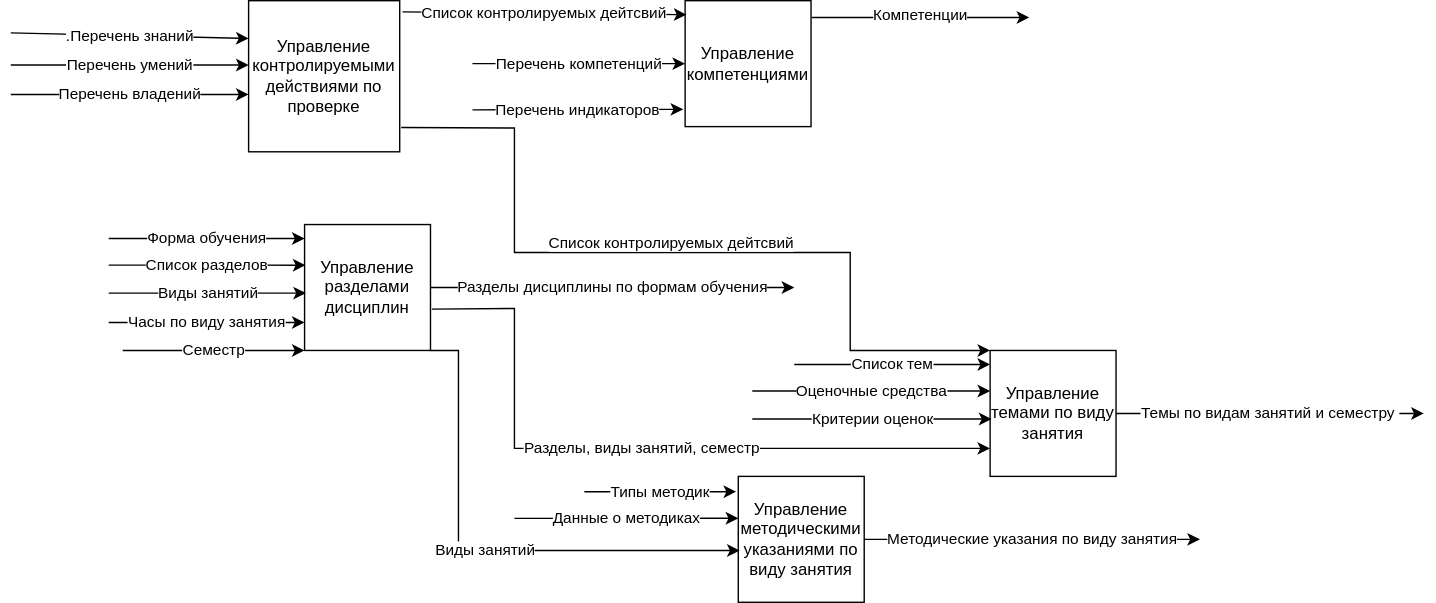
Above: 20.35.drawio.svg in abizgildina/Un20.35 (draw.io), before the change. Source tidied: cells renumbered, new cells last; positions are measured from the earlier drawing's top-left corner, leaving out a move shared by most shapes. Source of this version:
```xml
<mxGraphModel>
  <root>
    <mxCell id="0" />
    <mxCell id="1" parent="0" />
    <mxCell id="2" value="Управление компетенциями" style="whiteSpace=wrap;html=1;" parent="1" vertex="1">
      <mxGeometry x="482" width="90" height="90" as="geometry" />
    </mxCell>
    <mxCell id="3" value="Перечень компетенций" style="endArrow=classic;html=1;rounded=0;entryX=0;entryY=0.5;entryDx=0;entryDy=0;" parent="1" edge="1" target="2">
      <mxGeometry relative="1" as="geometry">
        <mxPoint x="330" y="45" as="sourcePoint" />
      </mxGeometry>
    </mxCell>
    <mxCell id="4" value="Перечень индикаторов" style="endArrow=classic;html=1;rounded=0;entryX=-0.015;entryY=0.863;entryDx=0;entryDy=0;entryPerimeter=0;" parent="1" edge="1" target="2">
      <mxGeometry relative="1" as="geometry">
        <mxPoint x="330" y="78" as="sourcePoint" />
      </mxGeometry>
    </mxCell>
    <mxCell id="5" value="Список контролируемых дейтсвий" style="endArrow=classic;html=1;rounded=0;entryX=0.011;entryY=0.111;entryDx=0;entryDy=0;exitX=1.019;exitY=0.074;exitDx=0;exitDy=0;exitPerimeter=0;entryPerimeter=0;" parent="1" edge="1" source="6" target="2">
      <mxGeometry relative="1" as="geometry" />
    </mxCell>
    <mxCell id="6" value="Управление контролируемыми действиями по проверке" style="whiteSpace=wrap;html=1;" parent="1" vertex="1">
      <mxGeometry x="170" width="108" height="108" as="geometry" />
    </mxCell>
    <mxCell id="7" value=".Перечень знаний" style="endArrow=classic;html=1;rounded=0;entryX=0;entryY=0.25;entryDx=0;entryDy=0;" parent="1" edge="1" target="6">
      <mxGeometry relative="1" as="geometry">
        <mxPoint y="23" as="sourcePoint" />
      </mxGeometry>
    </mxCell>
    <mxCell id="8" value="Перечень умений" style="endArrow=classic;html=1;rounded=0;entryX=0;entryY=0.25;entryDx=0;entryDy=0;" parent="1" edge="1">
      <mxGeometry relative="1" as="geometry">
        <mxPoint y="46" as="sourcePoint" />
        <mxPoint x="170" y="46" as="targetPoint" />
      </mxGeometry>
    </mxCell>
    <mxCell id="9" value="Перечень владений" style="endArrow=classic;html=1;rounded=0;" parent="1" edge="1">
      <mxGeometry relative="1" as="geometry">
        <mxPoint y="67" as="sourcePoint" />
        <mxPoint x="170" y="67" as="targetPoint" />
      </mxGeometry>
    </mxCell>
    <mxCell id="10" value="Компетенции" style="endArrow=classic;html=1;rounded=0;exitX=1.006;exitY=0.134;exitDx=0;exitDy=0;exitPerimeter=0;" parent="1" edge="1" source="2">
      <mxGeometry y="2" relative="1" as="geometry">
        <mxPoint x="728" y="12" as="targetPoint" />
      </mxGeometry>
    </mxCell>
    <mxCell id="11" value="Управление разделами дисциплин" style="whiteSpace=wrap;html=1;" parent="1" vertex="1">
      <mxGeometry x="210" y="160" width="90" height="90" as="geometry" />
    </mxCell>
    <mxCell id="12" value="Список разделов" style="endArrow=classic;html=1;rounded=0;entryX=-0.004;entryY=0.163;entryDx=0;entryDy=0;entryPerimeter=0;" parent="1" edge="1">
      <mxGeometry relative="1" as="geometry">
        <mxPoint x="70" y="189" as="sourcePoint" />
        <mxPoint x="210.7" y="189" as="targetPoint" />
      </mxGeometry>
    </mxCell>
    <mxCell id="13" value="Виды занятий" style="endArrow=classic;html=1;rounded=0;entryX=0;entryY=0.5;entryDx=0;entryDy=0;" parent="1" edge="1">
      <mxGeometry relative="1" as="geometry">
        <mxPoint x="70" y="209" as="sourcePoint" />
        <mxPoint x="211" y="209" as="targetPoint" />
      </mxGeometry>
    </mxCell>
    <mxCell id="14" value="Форма обучения" style="endArrow=classic;html=1;rounded=0;entryX=0;entryY=0;entryDx=0;entryDy=0;" parent="1" edge="1">
      <mxGeometry relative="1" as="geometry">
        <mxPoint x="70" y="170" as="sourcePoint" />
        <mxPoint x="210" y="170" as="targetPoint" />
      </mxGeometry>
    </mxCell>
    <mxCell id="15" value="Часы по виду занятия" style="endArrow=classic;html=1;rounded=0;" parent="1" edge="1">
      <mxGeometry relative="1" as="geometry">
        <mxPoint x="70" y="230" as="sourcePoint" />
        <mxPoint x="210" y="230" as="targetPoint" />
        <Array as="points">
          <mxPoint x="130" y="230" />
        </Array>
      </mxGeometry>
    </mxCell>
    <mxCell id="16" value="Разделы дисциплины по формам обучения" style="endArrow=classic;html=1;rounded=0;exitX=1;exitY=0.5;exitDx=0;exitDy=0;" parent="1" edge="1" source="11">
      <mxGeometry relative="1" as="geometry">
        <mxPoint x="560" y="205" as="targetPoint" />
      </mxGeometry>
    </mxCell>
    <mxCell id="17" value="Управление темами по виду занятия" style="whiteSpace=wrap;html=1;" parent="1" vertex="1">
      <mxGeometry x="700" y="250" width="90" height="90" as="geometry" />
    </mxCell>
    <mxCell id="18" value="Оценочные средства" style="endArrow=classic;html=1;rounded=0;" parent="1" edge="1">
      <mxGeometry relative="1" as="geometry">
        <mxPoint x="530" y="279" as="sourcePoint" />
        <mxPoint x="700" y="279" as="targetPoint" />
      </mxGeometry>
    </mxCell>
    <mxCell id="19" value="Критерии оценок" style="endArrow=classic;html=1;rounded=0;entryX=0;entryY=0.5;entryDx=0;entryDy=0;" parent="1" edge="1">
      <mxGeometry relative="1" as="geometry">
        <mxPoint x="530" y="299" as="sourcePoint" />
        <mxPoint x="701" y="299" as="targetPoint" />
      </mxGeometry>
    </mxCell>
    <mxCell id="20" value="Список тем" style="endArrow=classic;html=1;rounded=0;entryX=0;entryY=0;entryDx=0;entryDy=0;" parent="1" edge="1">
      <mxGeometry relative="1" as="geometry">
        <mxPoint x="560" y="260" as="sourcePoint" />
        <mxPoint x="700" y="260" as="targetPoint" />
      </mxGeometry>
    </mxCell>
    <mxCell id="21" value="Разделы, виды занятий, семестр" style="endArrow=classic;html=1;rounded=0;exitX=1.011;exitY=0.672;exitDx=0;exitDy=0;exitPerimeter=0;" parent="1" edge="1" source="11">
      <mxGeometry relative="1" as="geometry">
        <mxPoint x="700" y="320" as="targetPoint" />
        <Array as="points">
          <mxPoint x="360" y="220" />
          <mxPoint x="360" y="320" />
          <mxPoint x="620" y="320" />
        </Array>
      </mxGeometry>
    </mxCell>
    <mxCell id="22" value="Темы по видам занятий и семестру&amp;nbsp;" style="endArrow=classic;html=1;rounded=0;exitX=1;exitY=0.5;exitDx=0;exitDy=0;" parent="1" edge="1" source="17">
      <mxGeometry relative="1" as="geometry">
        <mxPoint x="1010" y="295" as="targetPoint" />
      </mxGeometry>
    </mxCell>
    <mxCell id="23" value="Семестр" style="endArrow=classic;html=1;rounded=0;entryX=0;entryY=1;entryDx=0;entryDy=0;" parent="1" edge="1" target="11">
      <mxGeometry relative="1" as="geometry">
        <mxPoint x="80" y="250" as="sourcePoint" />
      </mxGeometry>
    </mxCell>
    <mxCell id="24" value="Список контролируемых дейтсвий" style="endArrow=classic;html=1;rounded=0;entryX=0;entryY=0;entryDx=0;entryDy=0;exitX=1.01;exitY=0.839;exitDx=0;exitDy=0;exitPerimeter=0;" parent="1" edge="1" source="6" target="17">
      <mxGeometry x="-0.03" y="7" relative="1" as="geometry">
        <Array as="points">
          <mxPoint x="360" y="91" />
          <mxPoint x="360" y="180" />
          <mxPoint x="600" y="180" />
          <mxPoint x="600" y="250" />
        </Array>
      </mxGeometry>
    </mxCell>
    <mxCell id="25" value="Управление методическими указаниями по виду занятия" style="whiteSpace=wrap;html=1;" parent="1" vertex="1">
      <mxGeometry x="520" y="340" width="90" height="90" as="geometry" />
    </mxCell>
    <mxCell id="26" value="Типы методик" style="endArrow=classic;html=1;rounded=0;entryX=-0.017;entryY=0.122;entryDx=0;entryDy=0;entryPerimeter=0;" parent="1" edge="1" target="25">
      <mxGeometry relative="1" as="geometry">
        <mxPoint x="410" y="351" as="sourcePoint" />
      </mxGeometry>
    </mxCell>
    <mxCell id="27" value="Данные о методиках" style="endArrow=classic;html=1;rounded=0;entryX=0;entryY=0.333;entryDx=0;entryDy=0;entryPerimeter=0;" parent="1" edge="1" target="25">
      <mxGeometry relative="1" as="geometry">
        <mxPoint x="360" y="370" as="sourcePoint" />
      </mxGeometry>
    </mxCell>
    <mxCell id="28" value="Виды занятий" style="endArrow=classic;html=1;rounded=0;entryX=0.011;entryY=0.589;entryDx=0;entryDy=0;entryPerimeter=0;exitX=1;exitY=1;exitDx=0;exitDy=0;" parent="1" edge="1" source="11" target="25">
      <mxGeometry relative="1" as="geometry">
        <Array as="points">
          <mxPoint x="320" y="250" />
          <mxPoint x="320" y="393" />
        </Array>
      </mxGeometry>
    </mxCell>
    <mxCell id="29" value="Методические указания по виду занятия" style="endArrow=classic;html=1;rounded=0;exitX=1;exitY=0.5;exitDx=0;exitDy=0;" parent="1" edge="1" source="25">
      <mxGeometry relative="1" as="geometry">
        <mxPoint x="850" y="385" as="targetPoint" />
      </mxGeometry>
    </mxCell>
  </root>
</mxGraphModel>
```
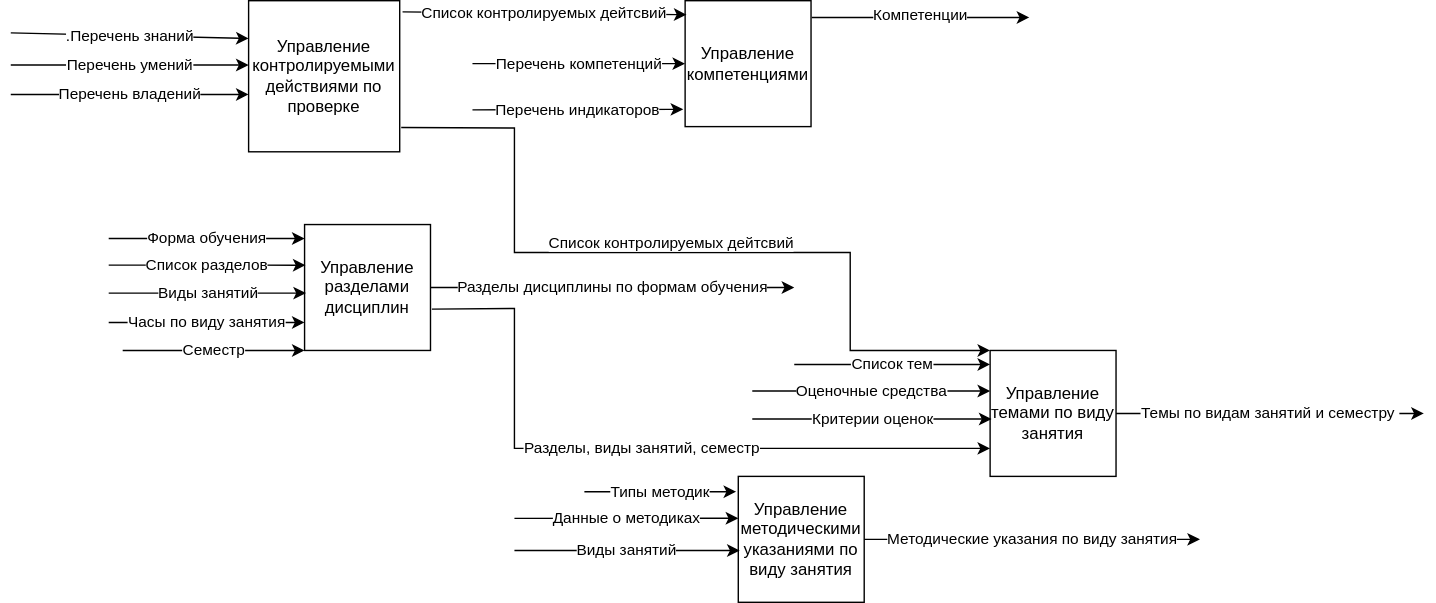
The same diagram one commit later.

What changed in the source:
```diff
@@ -142,11 +142,11 @@
         <mxPoint x="360" y="370" as="sourcePoint" />
       </mxGeometry>
     </mxCell>
-    <mxCell id="28" value="Виды занятий" style="endArrow=classic;html=1;rounded=0;entryX=0.011;entryY=0.589;entryDx=0;entryDy=0;entryPerimeter=0;exitX=1;exitY=1;exitDx=0;exitDy=0;" parent="1" edge="1" source="11" target="25">
-      <mxGeometry relative="1" as="geometry">
+    <mxCell id="28" value="Виды занятий" style="endArrow=classic;html=1;rounded=0;entryX=0.011;entryY=0.589;entryDx=0;entryDy=0;entryPerimeter=0;" parent="1" edge="1" target="25">
+      <mxGeometry x="-0.01" relative="1" as="geometry">
+        <mxPoint x="360" y="393" as="sourcePoint" />
         <Array as="points">
-          <mxPoint x="320" y="250" />
-          <mxPoint x="320" y="393" />
+          <mxPoint x="360" y="393" />
         </Array>
       </mxGeometry>
     </mxCell>
```
